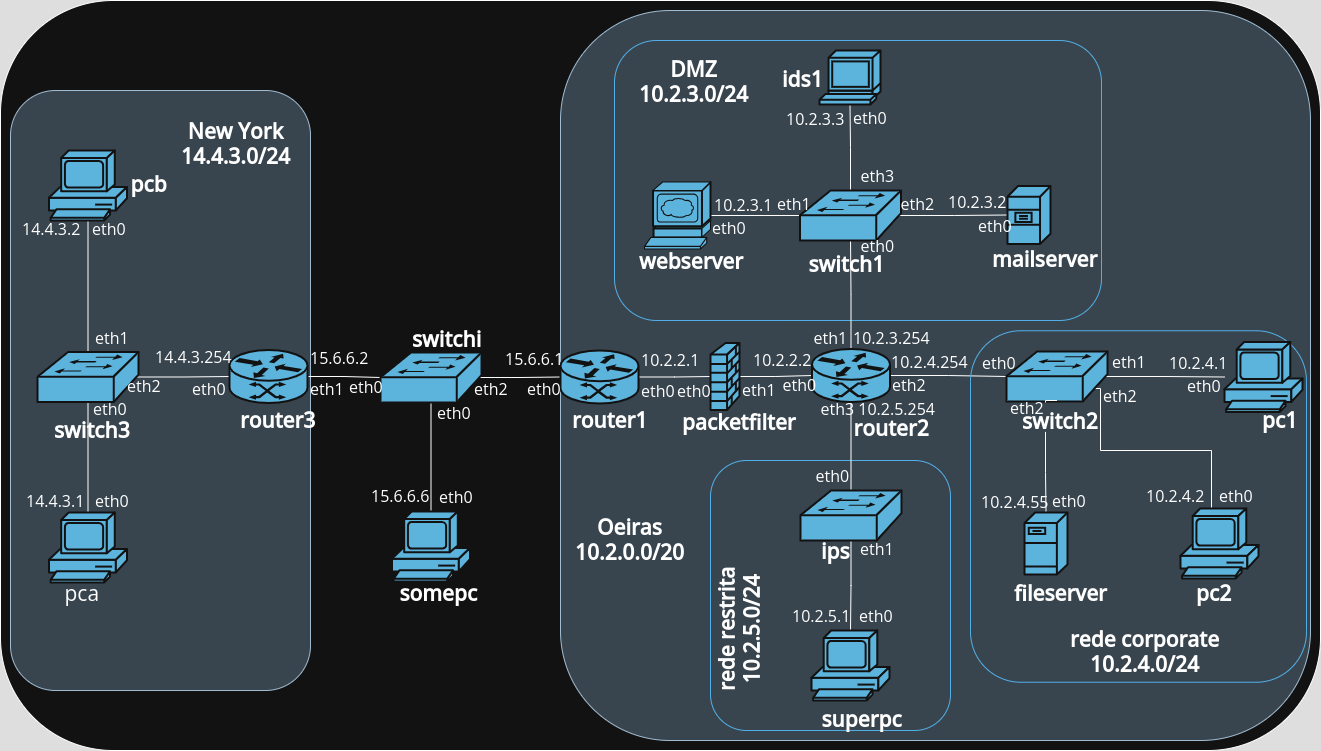
This is network.drawio.png from IcQuackson/SIRS-LETI-24-25-Project, a draw.io export, as it was before one commit. Source tidied: cells renumbered, new cells last; positions are measured from the earlier drawing's top-left corner, leaving out a move shared by most shapes.
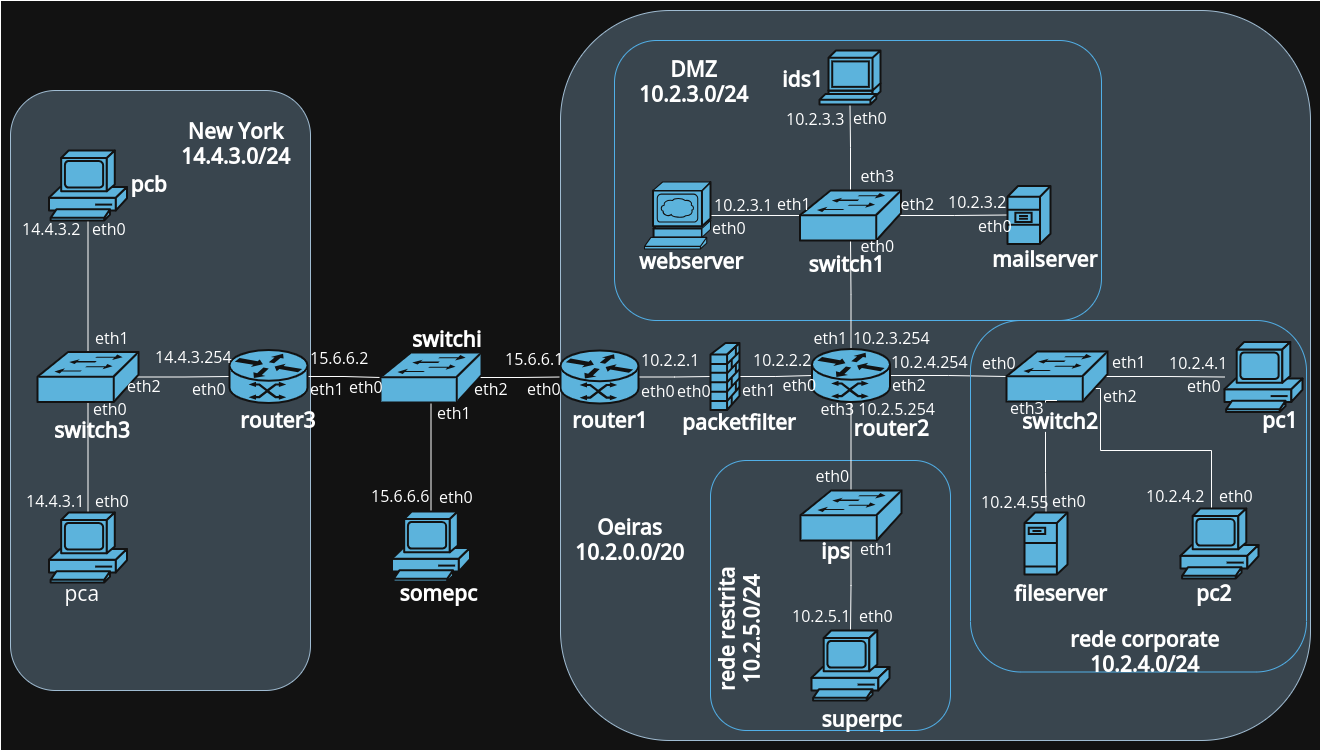
Later version of the same file.

The edit, as a diff of the source:
```diff
@@ -2,7 +2,7 @@
   <root>
     <mxCell id="0" />
     <mxCell id="1" parent="0" />
-    <mxCell id="2" style="rounded=1;whiteSpace=wrap;html=1;glass=0;fillStyle=auto;fontFamily=Open Sans;fontSource=https%3A%2F%2Ffonts.googleapis.com%2Fcss%3Ffamily%3DOpen%2BSans;" parent="1" vertex="1">
+    <mxCell id="2" style="rounded=0;whiteSpace=wrap;html=1;glass=0;fillStyle=auto;fontFamily=Open Sans;fontSource=https%3A%2F%2Ffonts.googleapis.com%2Fcss%3Ffamily%3DOpen%2BSans;" parent="1" vertex="1">
       <mxGeometry width="1320" height="750" as="geometry" />
     </mxCell>
     <mxCell id="3" style="rounded=1;whiteSpace=wrap;html=1;fillColor=#bac8d3;glass=0;fillStyle=auto;strokeColor=#23445d;fontFamily=Open Sans;fontSource=https%3A%2F%2Ffonts.googleapis.com%2Fcss%3Ffamily%3DOpen%2BSans;" parent="1" vertex="1">
@@ -143,7 +143,7 @@
     <mxCell id="46" value="eth0" style="text;fontSize=16;fontFamily=Open Sans;labelBackgroundColor=none;labelBorderColor=none;textShadow=0;fontColor=default;horizontal=1;fontSource=https%3A%2F%2Ffonts.googleapis.com%2Fcss%3Ffamily%3DOpen%2BSans;" parent="44" vertex="1">
       <mxGeometry x="-33" y="19" width="43" height="27" as="geometry" />
     </mxCell>
-    <mxCell id="47" value="eth0" style="text;fontSize=16;fontFamily=Open Sans;labelBackgroundColor=none;labelBorderColor=none;textShadow=0;fontColor=default;horizontal=1;fontSource=https%3A%2F%2Ffonts.googleapis.com%2Fcss%3Ffamily%3DOpen%2BSans;" parent="44" vertex="1">
+    <mxCell id="47" value="eth1" style="text;fontSize=16;fontFamily=Open Sans;labelBackgroundColor=none;labelBorderColor=none;textShadow=0;fontColor=default;horizontal=1;fontSource=https%3A%2F%2Ffonts.googleapis.com%2Fcss%3Ffamily%3DOpen%2BSans;" parent="44" vertex="1">
       <mxGeometry x="55" y="44.8" width="43" height="27" as="geometry" />
     </mxCell>
     <mxCell id="48" style="group;fontFamily=Open Sans;labelBackgroundColor=none;labelBorderColor=none;textShadow=0;fontColor=default;horizontal=1;fontStyle=1;fontSource=https%3A%2F%2Ffonts.googleapis.com%2Fcss%3Ffamily%3DOpen%2BSans;" parent="1" vertex="1">
@@ -234,7 +234,7 @@
       <mxGeometry x="8.5" y="70" width="50" height="30" as="geometry" />
     </mxCell>
     <mxCell id="77" style="group;fontFamily=Open Sans;labelBackgroundColor=none;labelBorderColor=none;textShadow=0;fontColor=default;horizontal=1;fontSource=https%3A%2F%2Ffonts.googleapis.com%2Fcss%3Ffamily%3DOpen%2BSans;" parent="1" vertex="1">
-      <mxGeometry x="1006" y="351" width="145" height="80" as="geometry" />
+      <mxGeometry x="1006" y="351" width="300" height="320.5" as="geometry" />
     </mxCell>
     <mxCell id="78" style="shape=mxgraph.cisco.switches.workgroup_switch;sketch=0;dashed=0;fillColor=#036897;strokeColor=#ffffff;strokeWidth=2;verticalLabelPosition=bottom;verticalAlign=top;align=center;outlineConnect=0;fontFamily=Open Sans;labelBackgroundColor=none;labelBorderColor=none;textShadow=0;fontColor=default;horizontal=1;fontSource=https%3A%2F%2Ffonts.googleapis.com%2Fcss%3Ffamily%3DOpen%2BSans;" parent="77" vertex="1">
       <mxGeometry width="101" height="50" as="geometry" />
@@ -248,9 +248,12 @@
     <mxCell id="81" value="eth2" style="text;fontSize=16;fontFamily=Open Sans;labelBackgroundColor=none;labelBorderColor=none;textShadow=0;fontColor=default;horizontal=1;fontSource=https%3A%2F%2Ffonts.googleapis.com%2Fcss%3Ffamily%3DOpen%2BSans;" parent="77" vertex="1">
       <mxGeometry x="95" y="29" width="50" height="40" as="geometry" />
     </mxCell>
-    <mxCell id="82" value="eth2" style="text;fontSize=16;fontFamily=Open Sans;labelBackgroundColor=none;labelBorderColor=none;textShadow=0;fontColor=default;horizontal=1;fontSource=https%3A%2F%2Ffonts.googleapis.com%2Fcss%3Ffamily%3DOpen%2BSans;" parent="77" vertex="1">
+    <mxCell id="82" value="eth3" style="text;fontSize=16;fontFamily=Open Sans;labelBackgroundColor=none;labelBorderColor=none;textShadow=0;fontColor=default;horizontal=1;fontSource=https%3A%2F%2Ffonts.googleapis.com%2Fcss%3Ffamily%3DOpen%2BSans;" parent="77" vertex="1">
       <mxGeometry x="2" y="41" width="50" height="40" as="geometry" />
     </mxCell>
+    <mxCell id="89" style="rounded=1;whiteSpace=wrap;html=1;fillColor=none;glass=0;fillStyle=auto;strokeColor=#006EAF;fontColor=#ffffff;fontFamily=Open Sans;fontSource=https%3A%2F%2Ffonts.googleapis.com%2Fcss%3Ffamily%3DOpen%2BSans;" parent="77" vertex="1">
+      <mxGeometry x="-36" y="-31" width="336" height="351.5" as="geometry" />
+    </mxCell>
     <mxCell id="83" style="group;fontFamily=Open Sans;labelBackgroundColor=none;labelBorderColor=none;textShadow=0;fontColor=default;horizontal=1;fontSource=https%3A%2F%2Ffonts.googleapis.com%2Fcss%3Ffamily%3DOpen%2BSans;" parent="1" vertex="1">
       <mxGeometry x="1012" y="512" width="294" height="188" as="geometry" />
     </mxCell>
@@ -269,9 +272,6 @@
     <mxCell id="88" value="eth0" style="text;fontSize=16;fontFamily=Open Sans;labelBackgroundColor=none;labelBorderColor=none;textShadow=0;fontColor=default;horizontal=1;fontSource=https%3A%2F%2Ffonts.googleapis.com%2Fcss%3Ffamily%3DOpen%2BSans;" parent="84" vertex="1">
       <mxGeometry x="71" width="30" height="30" as="geometry" />
     </mxCell>
-    <mxCell id="89" style="rounded=1;whiteSpace=wrap;html=1;fillColor=none;glass=0;fillStyle=auto;strokeColor=#006EAF;fontColor=#ffffff;fontFamily=Open Sans;fontSource=https%3A%2F%2Ffonts.googleapis.com%2Fcss%3Ffamily%3DOpen%2BSans;" parent="84" vertex="1">
-      <mxGeometry x="-9" y="-154.8" width="336" height="351.5" as="geometry" />
-    </mxCell>
     <mxCell id="90" value="rede corporate&#10;10.2.4.0/24" style="text;fontSize=21;fontFamily=Open Sans;labelBackgroundColor=none;labelBorderColor=none;textShadow=0;fontColor=default;horizontal=1;fontStyle=1;fontSource=https%3A%2F%2Ffonts.googleapis.com%2Fcss%3Ffamily%3DOpen%2BSans;align=center;" parent="84" vertex="1">
       <mxGeometry x="91" y="135" width="149" height="80" as="geometry" />
     </mxCell>
```
